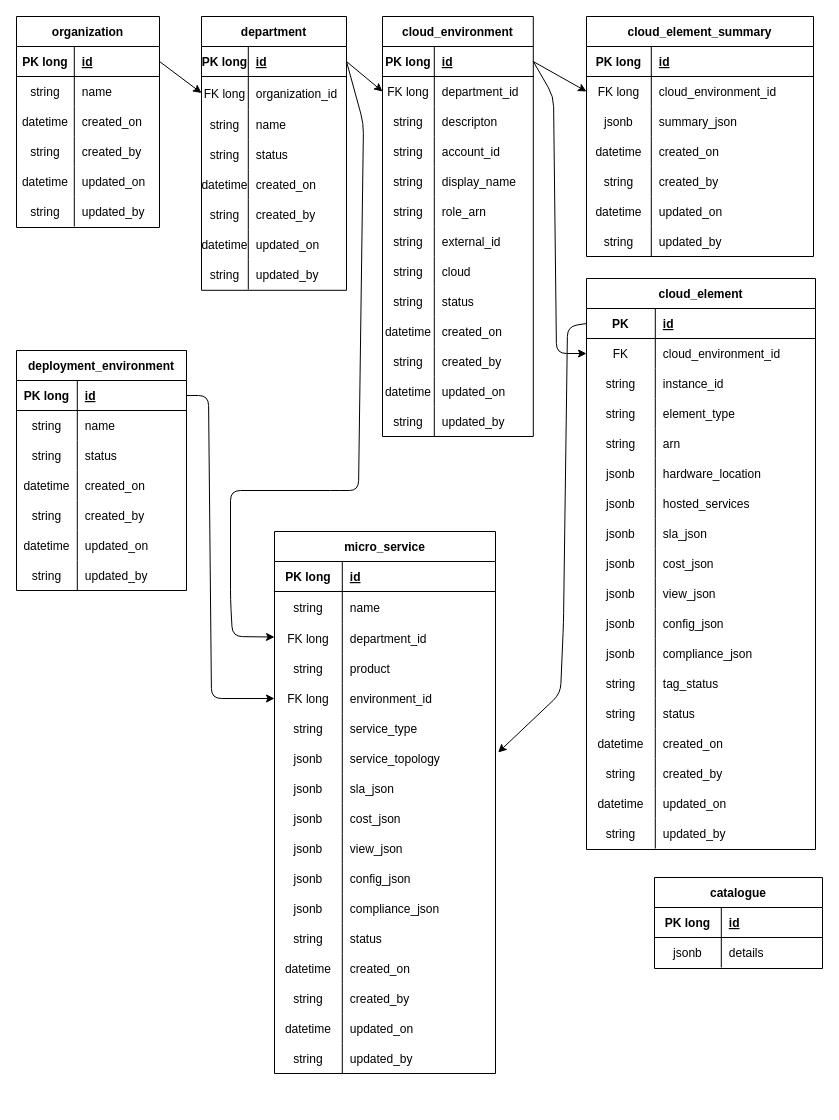
This is page "AssetManagerErDiagram" (2 of 13) of LayeredArchitecture.drawio from ptrsoft/ptr-architectures-doc, a draw.io file, before an edit. Source tidied: cells renumbered, new cells numbered last; positions are measured from the earlier drawing's top-left corner, leaving out a move shared by most shapes. Both pictures are drawn from the tidied source at 100%, with x=0, y=0 at pixel (16, 16).
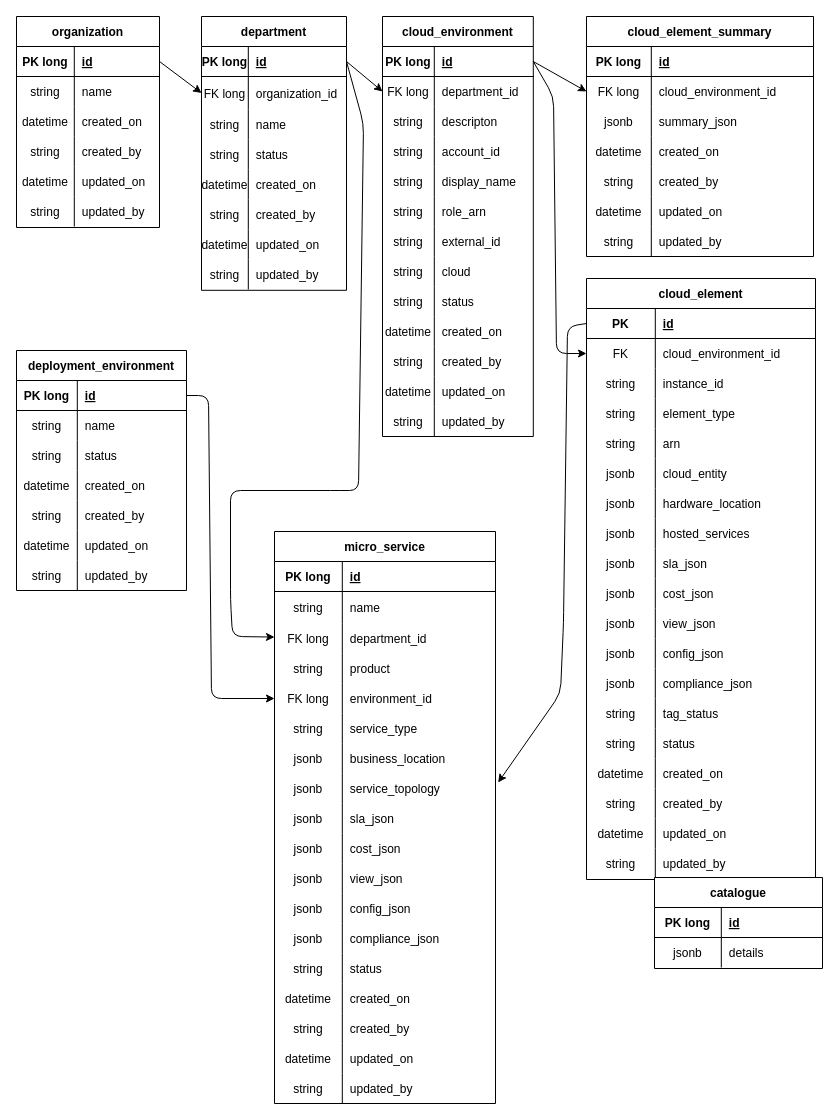
After the change.

Change to the diagram source:
```diff
@@
     <mxCell id="90" value="cloud_element" style="shape=table;startSize=30;childLayout=tableLayout;rowLines=0;fontStyle=1;align=center;" parent="1" vertex="1">
-      <mxGeometry x="570" y="262" width="229" height="571" as="geometry" />
+      <mxGeometry x="570" y="262" width="229" height="601" as="geometry" />
     </mxCell>
@@
+    <mxCell id="251" style="shape=tableRow;horizontal=0;startSize=0;swimlaneHead=0;swimlaneBody=0;fillColor=none;top=0;left=0;right=0;bottom=0;" parent="90" vertex="1">
+      <mxGeometry y="180" width="229" height="30" as="geometry" />
+    </mxCell>
+    <mxCell id="252" value="jsonb" style="shape=partialRectangle;fillColor=none;top=0;left=0;bottom=0;right=0;overflow=hidden;" parent="251" vertex="1">
+      <mxGeometry width="68.8" height="30" as="geometry" />
+    </mxCell>
+    <mxCell id="253" value="cloud_entity" style="shape=partialRectangle;fillColor=none;top=0;left=0;bottom=0;right=0;align=left;spacingLeft=6;overflow=hidden;" parent="251" vertex="1">
+      <mxGeometry x="68.8" width="160.2" height="30" as="geometry" />
+    </mxCell>
     <mxCell id="106" style="shape=tableRow;horizontal=0;startSize=0;swimlaneHead=0;swimlaneBody=0;fillColor=none;top=0;left=0;right=0;bottom=0;" parent="90" vertex="1">
-      <mxGeometry y="180" width="229" height="30" as="geometry" />
+      <mxGeometry y="210" width="229" height="30" as="geometry" />
     </mxCell>
@@
     <mxCell id="109" style="shape=tableRow;horizontal=0;startSize=0;swimlaneHead=0;swimlaneBody=0;fillColor=none;top=0;left=0;right=0;bottom=0;" parent="90" vertex="1">
-      <mxGeometry y="210" width="229" height="30" as="geometry" />
+      <mxGeometry y="240" width="229" height="30" as="geometry" />
     </mxCell>
@@
     <mxCell id="112" style="shape=tableRow;horizontal=0;startSize=0;swimlaneHead=0;swimlaneBody=0;fillColor=none;top=0;left=0;right=0;bottom=0;" parent="90" vertex="1">
-      <mxGeometry y="240" width="229" height="30" as="geometry" />
+      <mxGeometry y="270" width="229" height="30" as="geometry" />
     </mxCell>
@@
     <mxCell id="115" style="shape=tableRow;horizontal=0;startSize=0;swimlaneHead=0;swimlaneBody=0;fillColor=none;top=0;left=0;right=0;bottom=0;" parent="90" vertex="1">
-      <mxGeometry y="270" width="229" height="30" as="geometry" />
+      <mxGeometry y="300" width="229" height="30" as="geometry" />
     </mxCell>
@@
     <mxCell id="118" style="shape=tableRow;horizontal=0;startSize=0;swimlaneHead=0;swimlaneBody=0;fillColor=none;top=0;left=0;right=0;bottom=0;" parent="90" vertex="1">
-      <mxGeometry y="300" width="229" height="30" as="geometry" />
+      <mxGeometry y="330" width="229" height="30" as="geometry" />
     </mxCell>
@@
     <mxCell id="121" style="shape=tableRow;horizontal=0;startSize=0;swimlaneHead=0;swimlaneBody=0;fillColor=none;top=0;left=0;right=0;bottom=0;" parent="90" vertex="1">
-      <mxGeometry y="330" width="229" height="30" as="geometry" />
+      <mxGeometry y="360" width="229" height="30" as="geometry" />
     </mxCell>
@@
     <mxCell id="124" style="shape=tableRow;horizontal=0;startSize=0;swimlaneHead=0;swimlaneBody=0;fillColor=none;top=0;left=0;right=0;bottom=0;" parent="90" vertex="1">
-      <mxGeometry y="360" width="229" height="30" as="geometry" />
+      <mxGeometry y="390" width="229" height="30" as="geometry" />
     </mxCell>
@@
     <mxCell id="127" style="shape=tableRow;horizontal=0;startSize=0;swimlaneHead=0;swimlaneBody=0;fillColor=none;top=0;left=0;right=0;bottom=0;" parent="90" vertex="1">
-      <mxGeometry y="390" width="229" height="30" as="geometry" />
+      <mxGeometry y="420" width="229" height="30" as="geometry" />
     </mxCell>
@@
     <mxCell id="130" style="shape=tableRow;horizontal=0;startSize=0;swimlaneHead=0;swimlaneBody=0;fillColor=none;top=0;left=0;right=0;bottom=0;" parent="90" vertex="1">
-      <mxGeometry y="420" width="229" height="30" as="geometry" />
+      <mxGeometry y="450" width="229" height="30" as="geometry" />
     </mxCell>
@@
     <mxCell id="133" style="shape=tableRow;horizontal=0;startSize=0;swimlaneHead=0;swimlaneBody=0;fillColor=none;top=0;left=0;right=0;bottom=0;" parent="90" vertex="1">
-      <mxGeometry y="450" width="229" height="30" as="geometry" />
+      <mxGeometry y="480" width="229" height="30" as="geometry" />
     </mxCell>
@@
     <mxCell id="136" style="shape=tableRow;horizontal=0;startSize=0;swimlaneHead=0;swimlaneBody=0;fillColor=none;top=0;left=0;right=0;bottom=0;" parent="90" vertex="1">
-      <mxGeometry y="480" width="229" height="30" as="geometry" />
+      <mxGeometry y="510" width="229" height="30" as="geometry" />
     </mxCell>
@@
     <mxCell id="139" style="shape=tableRow;horizontal=0;startSize=0;swimlaneHead=0;swimlaneBody=0;fillColor=none;top=0;left=0;right=0;bottom=0;" parent="90" vertex="1">
-      <mxGeometry y="510" width="229" height="30" as="geometry" />
+      <mxGeometry y="540" width="229" height="30" as="geometry" />
     </mxCell>
@@
     <mxCell id="142" style="shape=tableRow;horizontal=0;startSize=0;swimlaneHead=0;swimlaneBody=0;fillColor=none;top=0;left=0;right=0;bottom=0;" parent="90" vertex="1">
-      <mxGeometry y="540" width="229" height="30" as="geometry" />
+      <mxGeometry y="570" width="229" height="30" as="geometry" />
     </mxCell>
@@
     <mxCell id="176" value="micro_service" style="shape=table;startSize=30;childLayout=tableLayout;rowLines=0;fontStyle=1;align=center;" parent="1" vertex="1">
-      <mxGeometry x="258" y="515" width="221" height="542" as="geometry" />
+      <mxGeometry x="258" y="515" width="221" height="572" as="geometry" />
     </mxCell>
@@
+    <mxCell id="254" style="shape=tableRow;horizontal=0;startSize=0;swimlaneHead=0;swimlaneBody=0;fillColor=none;top=0;left=0;right=0;bottom=0;" parent="176" vertex="1">
+      <mxGeometry y="212" width="221" height="30" as="geometry" />
+    </mxCell>
+    <mxCell id="255" value="jsonb" style="shape=partialRectangle;fillColor=none;top=0;left=0;bottom=0;right=0;overflow=hidden;" parent="254" vertex="1">
+      <mxGeometry width="67.8" height="30" as="geometry" />
+    </mxCell>
+    <mxCell id="256" value="business_location" style="shape=partialRectangle;fillColor=none;top=0;left=0;bottom=0;right=0;align=left;spacingLeft=6;overflow=hidden;" parent="254" vertex="1">
+      <mxGeometry x="67.8" width="153.2" height="30" as="geometry" />
+    </mxCell>
     <mxCell id="195" style="shape=tableRow;horizontal=0;startSize=0;swimlaneHead=0;swimlaneBody=0;fillColor=none;points=[[0,0.5],[1,0.5]];portConstraint=eastwest;top=0;left=0;right=0;bottom=0;" parent="176" vertex="1">
-      <mxGeometry y="212" width="221" height="30" as="geometry" />
+      <mxGeometry y="242" width="221" height="30" as="geometry" />
     </mxCell>
@@
     <mxCell id="198" style="shape=tableRow;horizontal=0;startSize=0;swimlaneHead=0;swimlaneBody=0;fillColor=none;top=0;left=0;right=0;bottom=0;" parent="176" vertex="1">
-      <mxGeometry y="242" width="221" height="30" as="geometry" />
+      <mxGeometry y="272" width="221" height="30" as="geometry" />
     </mxCell>
@@
     <mxCell id="201" style="shape=tableRow;horizontal=0;startSize=0;swimlaneHead=0;swimlaneBody=0;fillColor=none;top=0;left=0;right=0;bottom=0;" parent="176" vertex="1">
-      <mxGeometry y="272" width="221" height="30" as="geometry" />
+      <mxGeometry y="302" width="221" height="30" as="geometry" />
     </mxCell>
@@
     <mxCell id="204" style="shape=tableRow;horizontal=0;startSize=0;swimlaneHead=0;swimlaneBody=0;fillColor=none;top=0;left=0;right=0;bottom=0;" parent="176" vertex="1">
-      <mxGeometry y="302" width="221" height="30" as="geometry" />
+      <mxGeometry y="332" width="221" height="30" as="geometry" />
     </mxCell>
@@
     <mxCell id="207" style="shape=tableRow;horizontal=0;startSize=0;swimlaneHead=0;swimlaneBody=0;fillColor=none;top=0;left=0;right=0;bottom=0;" parent="176" vertex="1">
-      <mxGeometry y="332" width="221" height="30" as="geometry" />
+      <mxGeometry y="362" width="221" height="30" as="geometry" />
     </mxCell>
@@
     <mxCell id="210" style="shape=tableRow;horizontal=0;startSize=0;swimlaneHead=0;swimlaneBody=0;fillColor=none;top=0;left=0;right=0;bottom=0;" parent="176" vertex="1">
-      <mxGeometry y="362" width="221" height="30" as="geometry" />
+      <mxGeometry y="392" width="221" height="30" as="geometry" />
     </mxCell>
@@
     <mxCell id="213" style="shape=tableRow;horizontal=0;startSize=0;swimlaneHead=0;swimlaneBody=0;fillColor=none;top=0;left=0;right=0;bottom=0;" parent="176" vertex="1">
-      <mxGeometry y="392" width="221" height="30" as="geometry" />
+      <mxGeometry y="422" width="221" height="30" as="geometry" />
     </mxCell>
@@
     <mxCell id="216" style="shape=tableRow;horizontal=0;startSize=0;swimlaneHead=0;swimlaneBody=0;fillColor=none;top=0;left=0;right=0;bottom=0;" parent="176" vertex="1">
-      <mxGeometry y="422" width="221" height="30" as="geometry" />
+      <mxGeometry y="452" width="221" height="30" as="geometry" />
     </mxCell>
@@
     <mxCell id="219" style="shape=tableRow;horizontal=0;startSize=0;swimlaneHead=0;swimlaneBody=0;fillColor=none;top=0;left=0;right=0;bottom=0;" parent="176" vertex="1">
-      <mxGeometry y="452" width="221" height="30" as="geometry" />
+      <mxGeometry y="482" width="221" height="30" as="geometry" />
     </mxCell>
@@
     <mxCell id="222" style="shape=tableRow;horizontal=0;startSize=0;swimlaneHead=0;swimlaneBody=0;fillColor=none;top=0;left=0;right=0;bottom=0;" parent="176" vertex="1">
-      <mxGeometry y="482" width="221" height="30" as="geometry" />
+      <mxGeometry y="512" width="221" height="30" as="geometry" />
     </mxCell>
@@
     <mxCell id="225" style="shape=tableRow;horizontal=0;startSize=0;swimlaneHead=0;swimlaneBody=0;fillColor=none;top=0;left=0;right=0;bottom=0;" parent="176" vertex="1">
-      <mxGeometry y="512" width="221" height="30" as="geometry" />
+      <mxGeometry y="542" width="221" height="30" as="geometry" />
     </mxCell>
```
